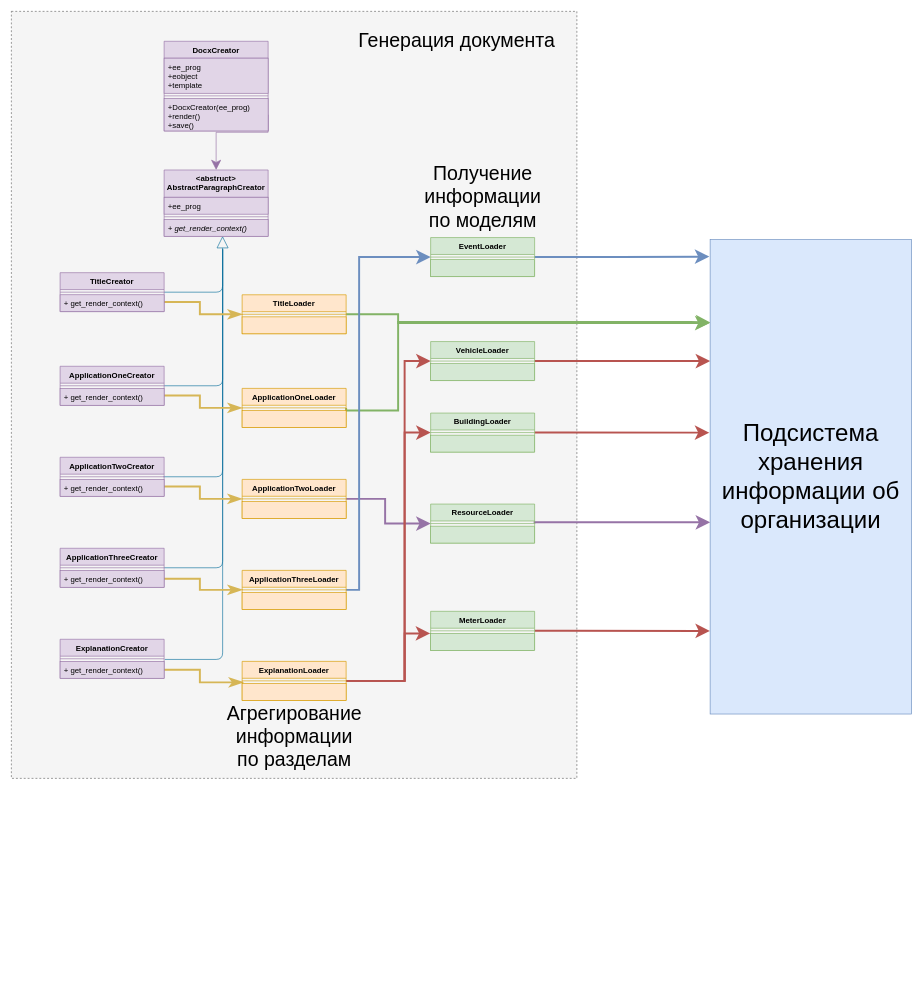
Above: page "2.8" (6 of 14) of Диаграмки.drawio in Infoboros/bachelors-degree (draw.io), before the change. Source tidied: cells renumbered, new cells numbered last; positions are measured from the earlier drawing's top-left corner, leaving out a move shared by most shapes. Both pictures are drawn from the tidied source at 65%, with x=0, y=0 at pixel (11, 11).
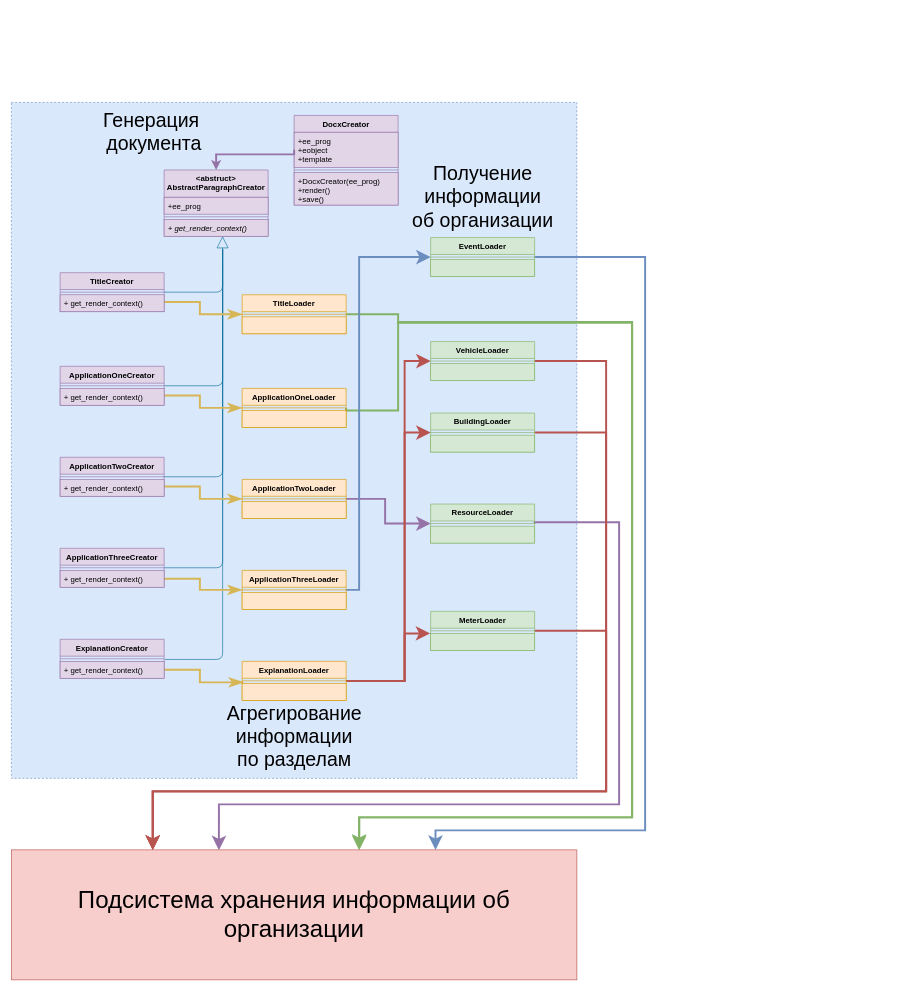
The same diagram, later.

Unchanged cells that the change refers to:
```xml
<mxCell id="24" value="+ee_prog&#10;+eobject&#10;+template" style="text;strokeColor=#9673a6;fillColor=#e1d5e7;align=left;verticalAlign=top;spacingLeft=4;spacingRight=4;overflow=hidden;points=[[0,0.5],[1,0.5]];portConstraint=eastwest;" parent="23" vertex="1">
  <mxGeometry y="26" width="160" height="54" as="geometry" />
</mxCell>
<mxCell id="26" value="+DocxCreator(ee_prog)&#10;+render()&#10;+save()" style="text;strokeColor=#9673a6;fillColor=#e1d5e7;align=left;verticalAlign=top;spacingLeft=4;spacingRight=4;overflow=hidden;points=[[0,0.5],[1,0.5]];portConstraint=eastwest;" parent="23" vertex="1">
  <mxGeometry y="88" width="160" height="50" as="geometry" />
</mxCell>
<mxCell id="27" value="&lt;abstruct&gt;&#10;AbstractParagraphCreator" style="swimlane;fontStyle=1;align=center;verticalAlign=top;horizontal=1;startSize=42;fillColor=#e1d5e7;strokeColor=#9673a6;" parent="1" vertex="1">
  <mxGeometry x="235" y="244" width="160" height="102" as="geometry" />
</mxCell>
<mxCell id="46" value="TitleLoader" style="swimlane;fontStyle=1;align=center;verticalAlign=top;horizontal=1;startSize=26;fillColor=#ffe6cc;strokeColor=#d79b00;" parent="1" vertex="1">
  <mxGeometry x="355" y="436" width="160" height="60" as="geometry" />
</mxCell>
<mxCell id="49" value="ApplicationOneLoader" style="swimlane;fontStyle=1;align=center;verticalAlign=top;horizontal=1;startSize=26;fillColor=#ffe6cc;strokeColor=#d79b00;" parent="1" vertex="1">
  <mxGeometry x="355" y="580" width="160" height="60" as="geometry" />
</mxCell>
<mxCell id="64" value="VehicleLoader" style="swimlane;fontStyle=1;align=center;verticalAlign=top;horizontal=1;startSize=26;fillColor=#d5e8d4;strokeColor=#82b366;" parent="1" vertex="1">
  <mxGeometry x="645" y="508" width="160" height="60" as="geometry" />
</mxCell>
<mxCell id="67" value="ResourceLoader" style="swimlane;fontStyle=1;align=center;verticalAlign=top;horizontal=1;startSize=26;fillColor=#d5e8d4;strokeColor=#82b366;" parent="1" vertex="1">
  <mxGeometry x="645" y="758" width="160" height="60" as="geometry" />
</mxCell>
<mxCell id="70" value="BuildingLoader" style="swimlane;fontStyle=1;align=center;verticalAlign=top;horizontal=1;startSize=26;fillColor=#d5e8d4;strokeColor=#82b366;" parent="1" vertex="1">
  <mxGeometry x="645" y="618" width="160" height="60" as="geometry" />
</mxCell>
<mxCell id="73" value="MeterLoader" style="swimlane;fontStyle=1;align=center;verticalAlign=top;horizontal=1;startSize=26;fillColor=#d5e8d4;strokeColor=#82b366;" parent="1" vertex="1">
  <mxGeometry x="645" y="923" width="160" height="60" as="geometry" />
</mxCell>
<mxCell id="76" value="EventLoader" style="swimlane;fontStyle=1;align=center;verticalAlign=top;horizontal=1;startSize=26;fillColor=#d5e8d4;strokeColor=#82b366;" parent="1" vertex="1">
  <mxGeometry x="645" y="348" width="160" height="60" as="geometry" />
</mxCell>
```

Change to the diagram source:
```diff
@@
-    <mxCell id="2" style="rounded=0;whiteSpace=wrap;html=1;dashed=1;fillColor=#f5f5f5;fontColor=#333333;strokeColor=#666666;" parent="1" vertex="1">
-      <mxGeometry width="870" height="1180" as="geometry" />
+    <mxCell id="2" style="rounded=0;whiteSpace=wrap;html=1;dashed=1;fillColor=#dae8fc;strokeColor=#6c8ebf;" parent="1" vertex="1">
+      <mxGeometry y="140" width="870" height="1040" as="geometry" />
     </mxCell>
-    <mxCell id="3" style="edgeStyle=orthogonalEdgeStyle;rounded=0;jettySize=auto;html=1;exitX=1;exitY=0.5;exitDx=0;exitDy=0;entryX=0.5;entryY=0;entryDx=0;entryDy=0;fillColor=#e1d5e7;strokeColor=#9673a6;endSize=13;" parent="1" edge="1" source="26" target="27">
-      <mxGeometry relative="1" as="geometry">
-        <Array as="points">
-          <mxPoint x="395" y="186" />
-          <mxPoint x="315" y="186" />
-        </Array>
-      </mxGeometry>
-    </mxCell>
@@
-    <mxCell id="15" style="edgeStyle=orthogonalEdgeStyle;rounded=0;jettySize=auto;html=1;exitX=1;exitY=0.5;exitDx=0;exitDy=0;entryX=0;entryY=0.596;entryDx=0;entryDy=0;startArrow=none;startFill=0;endArrow=classic;endFill=1;endSize=13;strokeWidth=3;fillColor=#e1d5e7;strokeColor=#9673a6;entryPerimeter=0;" parent="1" edge="1" source="67" target="82">
+    <mxCell id="15" style="edgeStyle=orthogonalEdgeStyle;rounded=0;jettySize=auto;html=1;exitX=1;exitY=0.5;exitDx=0;exitDy=0;startArrow=none;startFill=0;endArrow=classic;endFill=1;endSize=13;strokeWidth=3;fillColor=#e1d5e7;strokeColor=#9673a6;entryX=0.367;entryY=0.002;entryDx=0;entryDy=0;entryPerimeter=0;" parent="1" edge="1" source="67" target="82">
       <mxGeometry relative="1" as="geometry">
         <Array as="points">
           <mxPoint x="805" y="786" />
-          <mxPoint x="855" y="786" />
+          <mxPoint x="935" y="786" />
+          <mxPoint x="935" y="1220" />
+          <mxPoint x="319" y="1220" />
         </Array>
       </mxGeometry>
     </mxCell>
-    <mxCell id="16" style="edgeStyle=orthogonalEdgeStyle;rounded=0;jettySize=auto;html=1;exitX=1;exitY=0.5;exitDx=0;exitDy=0;entryX=-0.001;entryY=0.825;entryDx=0;entryDy=0;startArrow=none;startFill=0;endArrow=classic;endFill=1;endSize=13;strokeWidth=3;fillColor=#f8cecc;strokeColor=#b85450;entryPerimeter=0;" parent="1" edge="1" source="73" target="82">
+    <mxCell id="16" style="edgeStyle=orthogonalEdgeStyle;rounded=0;jettySize=auto;html=1;exitX=1;exitY=0.5;exitDx=0;exitDy=0;entryX=0.25;entryY=0;entryDx=0;entryDy=0;startArrow=none;startFill=0;endArrow=classic;endFill=1;endSize=13;strokeWidth=3;fillColor=#f8cecc;strokeColor=#b85450;" parent="1" edge="1" source="73" target="82">
       <mxGeometry relative="1" as="geometry">
         <Array as="points">
-          <mxPoint x="855" y="953" />
+          <mxPoint x="915" y="953" />
+          <mxPoint x="915" y="1200" />
+          <mxPoint x="218" y="1200" />
         </Array>
       </mxGeometry>
     </mxCell>
-    <mxCell id="17" style="edgeStyle=orthogonalEdgeStyle;rounded=0;jettySize=auto;html=1;exitX=1;exitY=0.5;exitDx=0;exitDy=0;startArrow=none;startFill=0;endArrow=classic;endFill=1;endSize=13;strokeColor=#82b366;strokeWidth=3;fillColor=#d5e8d4;entryX=-0.003;entryY=0.176;entryDx=0;entryDy=0;entryPerimeter=0;" parent="1" edge="1" source="46" target="82">
+    <mxCell id="17" style="edgeStyle=orthogonalEdgeStyle;rounded=0;jettySize=auto;html=1;exitX=1;exitY=0.5;exitDx=0;exitDy=0;startArrow=none;startFill=0;endArrow=classic;endFill=1;endSize=13;strokeColor=#82b366;strokeWidth=3;fillColor=#d5e8d4;entryX=0.615;entryY=-0.008;entryDx=0;entryDy=0;entryPerimeter=0;" parent="1" edge="1" source="46" target="82">
       <mxGeometry relative="1" as="geometry">
         <Array as="points">
           <mxPoint x="595" y="466" />
           <mxPoint x="595" y="479" />
+          <mxPoint x="955" y="479" />
+          <mxPoint x="955" y="1240" />
+          <mxPoint x="535" y="1240" />
         </Array>
       </mxGeometry>
     </mxCell>
-    <mxCell id="18" style="edgeStyle=orthogonalEdgeStyle;rounded=0;jettySize=auto;html=1;exitX=1;exitY=0.5;exitDx=0;exitDy=0;entryX=0.001;entryY=0.175;entryDx=0;entryDy=0;entryPerimeter=0;startArrow=none;startFill=0;endArrow=classic;endFill=1;endSize=13;strokeColor=#82b366;strokeWidth=3;fillColor=#d5e8d4;" parent="1" edge="1" source="49" target="82">
+    <mxCell id="18" style="edgeStyle=orthogonalEdgeStyle;rounded=0;jettySize=auto;html=1;exitX=1;exitY=0.5;exitDx=0;exitDy=0;entryX=0.615;entryY=0.002;entryDx=0;entryDy=0;startArrow=none;startFill=0;endArrow=classic;endFill=1;endSize=13;strokeColor=#82b366;strokeWidth=3;fillColor=#d5e8d4;entryPerimeter=0;" parent="1" edge="1" source="49" target="82">
       <mxGeometry relative="1" as="geometry">
         <Array as="points">
           <mxPoint x="515" y="614" />
           <mxPoint x="595" y="614" />
           <mxPoint x="595" y="478" />
-          <mxPoint x="1045" y="478" />
+          <mxPoint x="955" y="478" />
+          <mxPoint x="955" y="1240" />
+          <mxPoint x="535" y="1240" />
         </Array>
       </mxGeometry>
     </mxCell>
@@
-    <mxCell id="20" style="edgeStyle=orthogonalEdgeStyle;rounded=0;jettySize=auto;html=1;exitX=1;exitY=0.5;exitDx=0;exitDy=0;startArrow=none;startFill=0;endArrow=classic;endFill=1;endSize=13;strokeWidth=3;fillColor=#f8cecc;strokeColor=#b85450;" parent="1" edge="1" source="64">
+    <mxCell id="20" style="edgeStyle=orthogonalEdgeStyle;rounded=0;jettySize=auto;html=1;exitX=1;exitY=0.5;exitDx=0;exitDy=0;startArrow=none;startFill=0;endArrow=classic;endFill=1;endSize=13;strokeWidth=3;fillColor=#f8cecc;strokeColor=#b85450;entryX=0.25;entryY=0;entryDx=0;entryDy=0;" parent="1" edge="1" source="64" target="82">
       <mxGeometry relative="1" as="geometry">
-        <mxPoint x="1075" y="538" as="targetPoint" />
         <Array as="points">
-          <mxPoint x="1075" y="538" />
+          <mxPoint x="915" y="538" />
+          <mxPoint x="915" y="1200" />
+          <mxPoint x="218" y="1200" />
         </Array>
       </mxGeometry>
     </mxCell>
-    <mxCell id="21" style="edgeStyle=orthogonalEdgeStyle;rounded=0;jettySize=auto;html=1;exitX=1;exitY=0.5;exitDx=0;exitDy=0;entryX=-0.004;entryY=0.407;entryDx=0;entryDy=0;startArrow=none;startFill=0;endArrow=classic;endFill=1;endSize=13;strokeWidth=3;fillColor=#f8cecc;strokeColor=#b85450;entryPerimeter=0;" parent="1" edge="1" source="70" target="82">
+    <mxCell id="21" style="edgeStyle=orthogonalEdgeStyle;rounded=0;jettySize=auto;html=1;exitX=1;exitY=0.5;exitDx=0;exitDy=0;entryX=0.25;entryY=0;entryDx=0;entryDy=0;startArrow=none;startFill=0;endArrow=classic;endFill=1;endSize=13;strokeWidth=3;fillColor=#f8cecc;strokeColor=#b85450;" parent="1" edge="1" source="70" target="82">
       <mxGeometry relative="1" as="geometry">
         <Array as="points">
-          <mxPoint x="855" y="648" />
+          <mxPoint x="915" y="648" />
+          <mxPoint x="915" y="1200" />
+          <mxPoint x="218" y="1200" />
         </Array>
       </mxGeometry>
     </mxCell>
-    <mxCell id="22" style="edgeStyle=orthogonalEdgeStyle;rounded=0;jettySize=auto;html=1;exitX=1;exitY=0.5;exitDx=0;exitDy=0;startArrow=none;startFill=0;endArrow=classic;endFill=1;endSize=13;strokeWidth=3;fillColor=#dae8fc;strokeColor=#6c8ebf;entryX=-0.004;entryY=0.036;entryDx=0;entryDy=0;entryPerimeter=0;" parent="1" edge="1" source="76" target="82">
-      <mxGeometry relative="1" as="geometry" />
+    <mxCell id="22" style="edgeStyle=orthogonalEdgeStyle;rounded=0;jettySize=auto;html=1;exitX=1;exitY=0.5;exitDx=0;exitDy=0;startArrow=none;startFill=0;endArrow=classic;endFill=1;endSize=13;strokeWidth=3;fillColor=#dae8fc;strokeColor=#6c8ebf;entryX=0.75;entryY=0;entryDx=0;entryDy=0;" parent="1" edge="1" source="76" target="82">
+      <mxGeometry relative="1" as="geometry">
+        <Array as="points">
+          <mxPoint x="975" y="378" />
+          <mxPoint x="975" y="1260" />
+          <mxPoint x="653" y="1260" />
+        </Array>
+      </mxGeometry>
     </mxCell>
     <mxCell id="23" value="DocxCreator" style="swimlane;fontStyle=1;align=center;verticalAlign=top;horizontal=1;startSize=26;fillColor=#e1d5e7;strokeColor=#9673a6;" parent="1" vertex="1">
-      <mxGeometry x="235" y="46" width="160" height="138" as="geometry" />
+      <mxGeometry x="435" y="160" width="160" height="138" as="geometry" />
     </mxCell>
@@
-    <mxCell id="79" value="&lt;font style=&quot;font-size: 30px&quot;&gt;Генерация документа&lt;/font&gt;" style="text;html=1;align=center;verticalAlign=middle;" parent="1" vertex="1">
-      <mxGeometry x="525" y="30" width="320" height="30" as="geometry" />
+    <mxCell id="79" value="&lt;font style=&quot;font-size: 30px&quot;&gt;Генерация&lt;br&gt;&amp;nbsp;документа&lt;/font&gt;" style="text;html=1;align=center;verticalAlign=middle;" parent="1" vertex="1">
+      <mxGeometry x="125" y="160" width="180" height="50" as="geometry" />
     </mxCell>
-    <mxCell id="80" value="&lt;font style=&quot;font-size: 30px&quot;&gt;Получение &lt;br&gt;информации &lt;br&gt;по моделям&lt;br&gt;&lt;/font&gt;" style="text;html=1;align=center;verticalAlign=middle;" parent="1" vertex="1">
-      <mxGeometry x="625" y="250" width="200" height="70" as="geometry" />
+    <mxCell id="80" value="&lt;font style=&quot;font-size: 30px&quot;&gt;Получение &lt;br&gt;информации &lt;br&gt;об организации&lt;br&gt;&lt;/font&gt;" style="text;html=1;align=center;verticalAlign=middle;" parent="1" vertex="1">
+      <mxGeometry x="605" y="250" width="240" height="70" as="geometry" />
     </mxCell>
@@
-    <mxCell id="82" value="&lt;font style=&quot;font-size: 37px&quot;&gt;Подсистема хранения информации об организации&lt;/font&gt;" style="rounded=0;whiteSpace=wrap;html=1;fillColor=#dae8fc;strokeColor=#6c8ebf;" parent="1" vertex="1">
-      <mxGeometry x="1075" y="351" width="310" height="730" as="geometry" />
+    <mxCell id="82" value="&lt;font style=&quot;font-size: 37px&quot;&gt;Подсистема хранения информации об организации&lt;/font&gt;" style="rounded=0;whiteSpace=wrap;html=1;fillColor=#f8cecc;strokeColor=#b85450;" parent="1" vertex="1">
+      <mxGeometry y="1290" width="870" height="200" as="geometry" />
     </mxCell>
+    <mxCell id="83" style="edgeStyle=orthogonalEdgeStyle;rounded=0;jettySize=auto;html=1;exitX=0;exitY=0.5;exitDx=0;exitDy=0;entryX=0.5;entryY=0;entryDx=0;entryDy=0;fontSize=15;fillColor=#e1d5e7;strokeColor=#9673a6;strokeWidth=3;" parent="1" edge="1" source="24" target="27">
+      <mxGeometry relative="1" as="geometry">
+        <Array as="points">
+          <mxPoint x="435" y="220" />
+          <mxPoint x="315" y="220" />
+        </Array>
+      </mxGeometry>
+    </mxCell>
```
